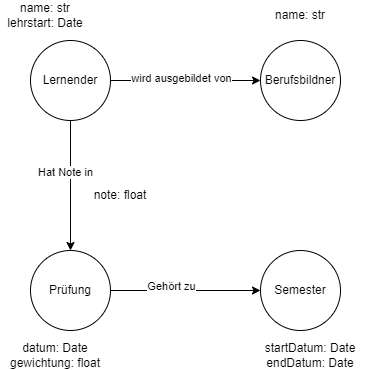
mariotraub/m165 keeps this draw.io diagram as kn-n-01/graph.png. Above is the earlier version. Source tidied: cells renumbered, new cells last; positions are measured from the earlier drawing's top-left corner, leaving out a move shared by most shapes. Its diagram source:
```xml
<mxGraphModel>
  <root>
    <mxCell id="0" />
    <mxCell id="1" parent="0" />
    <mxCell id="2" style="edgeStyle=orthogonalEdgeStyle;rounded=0;jettySize=auto;html=1;entryX=0.5;entryY=0;entryDx=0;entryDy=0;" parent="1" edge="1" source="6" target="10">
      <mxGeometry relative="1" as="geometry" />
    </mxCell>
    <mxCell id="3" value="Hat Note in" style="edgeLabel;html=1;align=center;verticalAlign=middle;" parent="2" vertex="1">
      <mxGeometry x="-0.21" y="-6" relative="1" as="geometry" />
    </mxCell>
    <mxCell id="4" style="edgeStyle=orthogonalEdgeStyle;rounded=0;jettySize=auto;html=1;entryX=0;entryY=0.5;entryDx=0;entryDy=0;" parent="1" edge="1" source="6" target="7">
      <mxGeometry relative="1" as="geometry" />
    </mxCell>
    <mxCell id="5" value="wird ausgebildet von" style="edgeLabel;html=1;align=center;verticalAlign=middle;" parent="4" vertex="1">
      <mxGeometry x="-0.29" y="3" relative="1" as="geometry">
        <mxPoint x="17" as="offset" />
      </mxGeometry>
    </mxCell>
    <mxCell id="6" value="Lernender" style="ellipse;whiteSpace=wrap;html=1;" parent="1" vertex="1">
      <mxGeometry x="30" y="40" width="80" height="80" as="geometry" />
    </mxCell>
    <mxCell id="7" value="Berufsbildner" style="ellipse;whiteSpace=wrap;html=1;" parent="1" vertex="1">
      <mxGeometry x="260" y="40" width="80" height="80" as="geometry" />
    </mxCell>
    <mxCell id="8" style="edgeStyle=orthogonalEdgeStyle;rounded=0;jettySize=auto;html=1;entryX=0;entryY=0.5;entryDx=0;entryDy=0;" parent="1" edge="1" source="10" target="11">
      <mxGeometry relative="1" as="geometry" />
    </mxCell>
    <mxCell id="9" value="Gehört zu" style="edgeLabel;html=1;align=center;verticalAlign=middle;" parent="8" vertex="1">
      <mxGeometry x="-0.2" y="5" relative="1" as="geometry" />
    </mxCell>
    <mxCell id="10" value="Prüfung" style="ellipse;whiteSpace=wrap;html=1;" parent="1" vertex="1">
      <mxGeometry x="30" y="250" width="80" height="80" as="geometry" />
    </mxCell>
    <mxCell id="11" value="Semester" style="ellipse;whiteSpace=wrap;html=1;" parent="1" vertex="1">
      <mxGeometry x="260" y="250" width="80" height="80" as="geometry" />
    </mxCell>
    <mxCell id="12" value="name: str" style="text;html=1;align=center;verticalAlign=middle;whiteSpace=wrap;rounded=0;" parent="1" vertex="1">
      <mxGeometry x="255" width="90" height="30" as="geometry" />
    </mxCell>
    <mxCell id="13" value="name: str&lt;div&gt;lehrstart: Date&lt;/div&gt;" style="text;html=1;align=center;verticalAlign=middle;whiteSpace=wrap;rounded=0;" parent="1" vertex="1">
      <mxGeometry width="90" height="30" as="geometry" />
    </mxCell>
    <mxCell id="14" value="note: float" style="text;html=1;align=center;verticalAlign=middle;whiteSpace=wrap;rounded=0;" parent="1" vertex="1">
      <mxGeometry x="90" y="180" width="60" height="30" as="geometry" />
    </mxCell>
    <mxCell id="15" value="startDatum: Date&lt;div&gt;endDatum: Date&lt;/div&gt;" style="text;html=1;align=center;verticalAlign=middle;whiteSpace=wrap;rounded=0;" parent="1" vertex="1">
      <mxGeometry x="255" y="340" width="110" height="30" as="geometry" />
    </mxCell>
    <mxCell id="16" value="datum: Date&lt;div&gt;gewichtung: float&lt;/div&gt;" style="text;html=1;align=center;verticalAlign=middle;whiteSpace=wrap;rounded=0;" parent="1" vertex="1">
      <mxGeometry y="340" width="110" height="30" as="geometry" />
    </mxCell>
  </root>
</mxGraphModel>
```
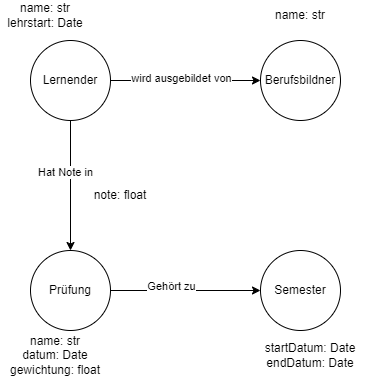
Later version of the same file.

The edit, as a diff of the source:
```diff
@@ -46,7 +46,7 @@
     <mxCell id="15" value="startDatum: Date&lt;div&gt;endDatum: Date&lt;/div&gt;" style="text;html=1;align=center;verticalAlign=middle;whiteSpace=wrap;rounded=0;" parent="1" vertex="1">
       <mxGeometry x="255" y="340" width="110" height="30" as="geometry" />
     </mxCell>
-    <mxCell id="16" value="datum: Date&lt;div&gt;gewichtung: float&lt;/div&gt;" style="text;html=1;align=center;verticalAlign=middle;whiteSpace=wrap;rounded=0;" parent="1" vertex="1">
+    <mxCell id="16" value="&lt;div&gt;name: str&lt;/div&gt;datum: Date&lt;div&gt;gewichtung: float&lt;/div&gt;" style="text;html=1;align=center;verticalAlign=middle;whiteSpace=wrap;rounded=0;" parent="1" vertex="1">
       <mxGeometry y="340" width="110" height="30" as="geometry" />
     </mxCell>
   </root>
```
